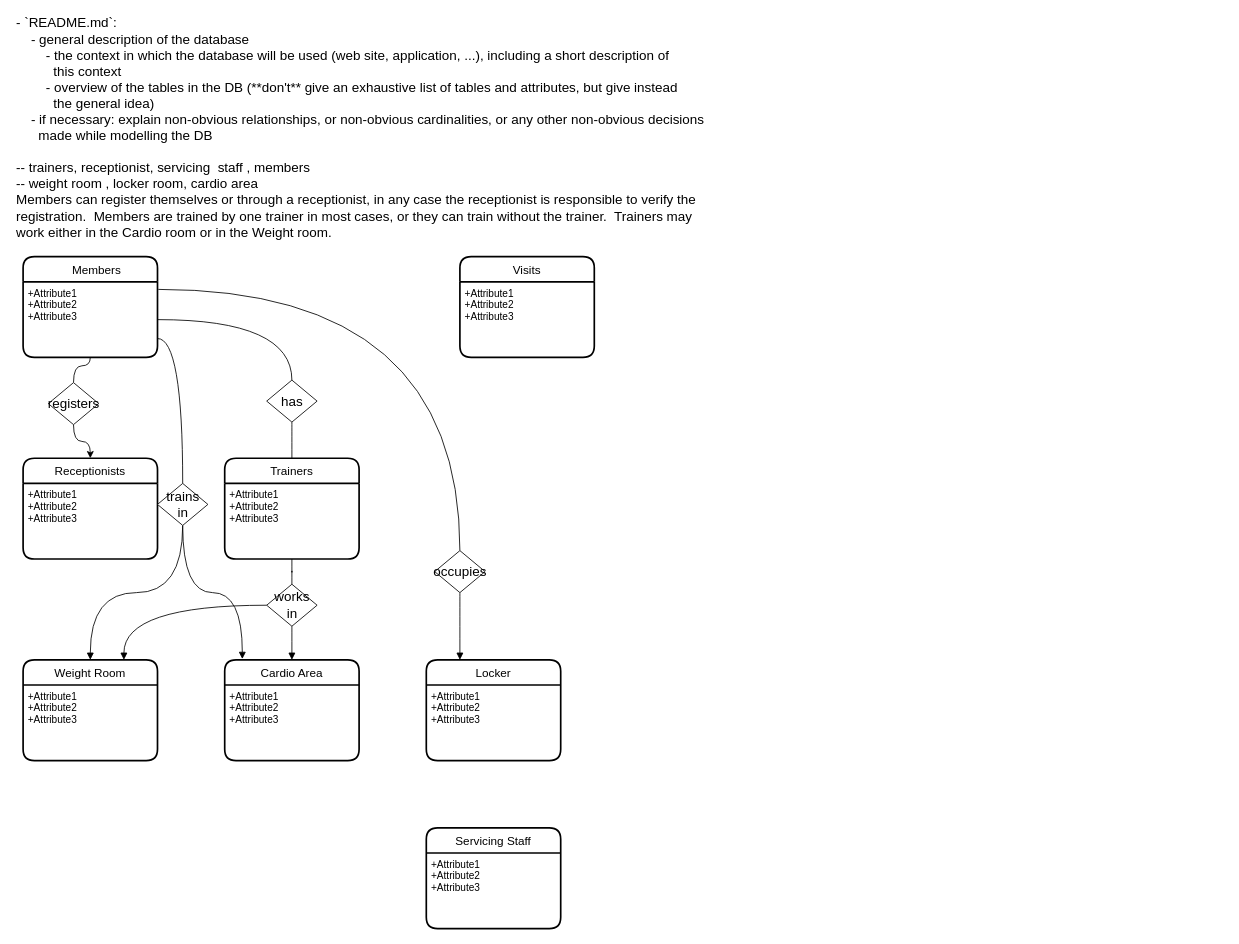
The draw.io diagram Gym.drawio in gituser514/Diagram, before the edit. Source tidied: cells renumbered, new cells numbered last; positions are measured from the earlier drawing's top-left corner, leaving out a move shared by most shapes. Both pictures are drawn from the tidied source at 84%, with x=0, y=0 at pixel (14, 59).
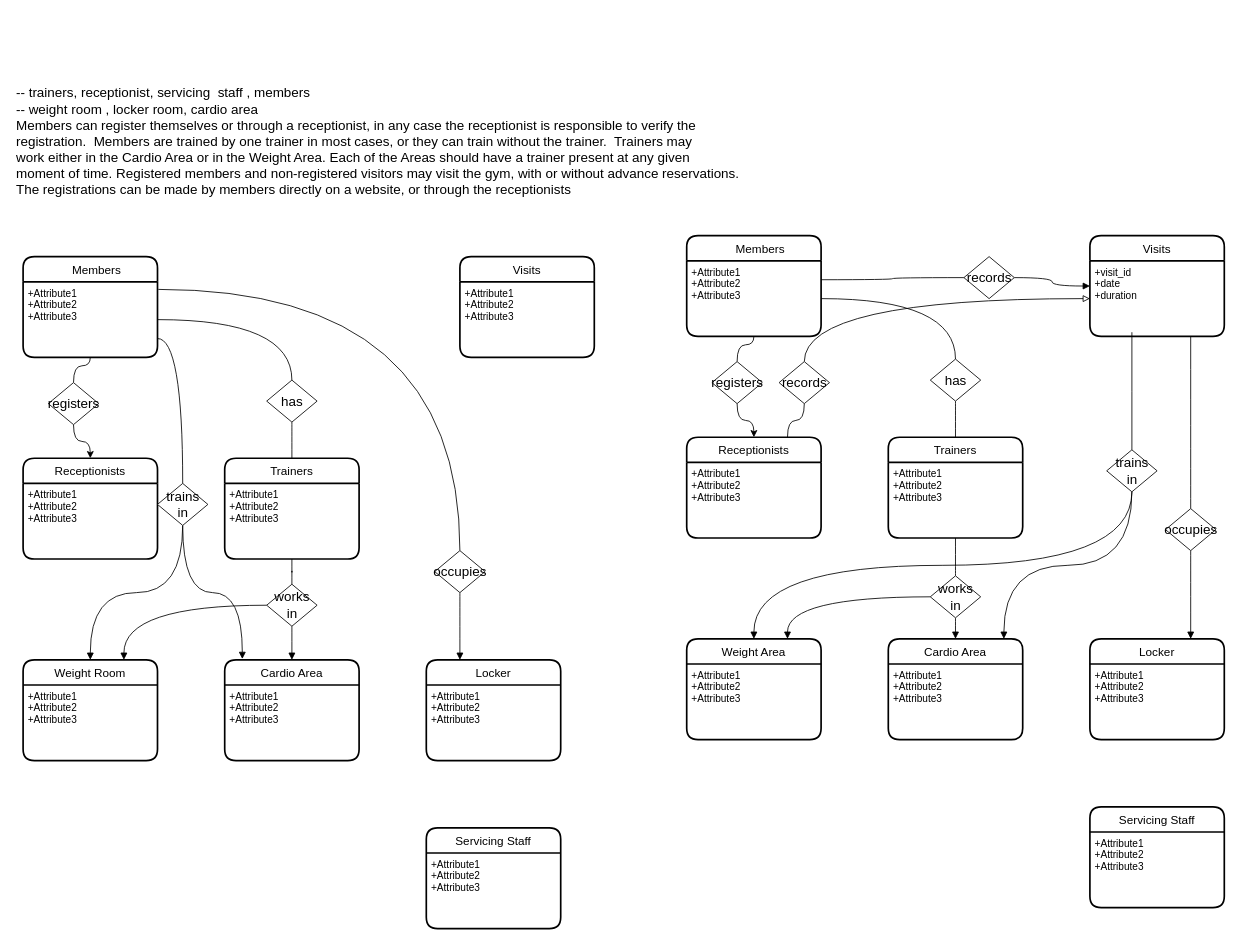
After the change.

What changed in the source:
```diff
@@
-    <mxCell id="10" value="&lt;font style=&quot;font-size: 16px&quot;&gt;- `README.md`:&lt;/font&gt;&lt;br&gt;&lt;div style=&quot;font-size: 16px&quot; align=&quot;left&quot;&gt;&lt;font style=&quot;font-size: 16px&quot;&gt;&amp;nbsp;&amp;nbsp;&amp;nbsp; - general description of the database&lt;br&gt;&amp;nbsp;&amp;nbsp;&amp;nbsp;&amp;nbsp;&amp;nbsp;&amp;nbsp;&amp;nbsp; - the context in which the database will be used (web site, application, ...), including a short description of&lt;br&gt;&amp;nbsp;&amp;nbsp;&amp;nbsp;&amp;nbsp;&amp;nbsp;&amp;nbsp;&amp;nbsp;&amp;nbsp;&amp;nbsp; this context&lt;br&gt;&amp;nbsp;&amp;nbsp;&amp;nbsp;&amp;nbsp;&amp;nbsp;&amp;nbsp;&amp;nbsp; - overview of the tables in the DB (**don't** give an exhaustive list of tables and attributes, but give instead&lt;br&gt;&amp;nbsp;&amp;nbsp;&amp;nbsp;&amp;nbsp;&amp;nbsp;&amp;nbsp;&amp;nbsp;&amp;nbsp;&amp;nbsp; the general idea)&lt;br&gt;&amp;nbsp;&amp;nbsp;&amp;nbsp; - if necessary: explain non-obvious relationships, or non-obvious cardinalities, or any other non-obvious decisions&lt;br&gt;&amp;nbsp;&amp;nbsp;&amp;nbsp;&amp;nbsp;&amp;nbsp; made while modelling the DB&lt;br&gt;&lt;/font&gt;&lt;/div&gt;&lt;div style=&quot;font-size: 16px&quot; align=&quot;left&quot;&gt;&lt;font style=&quot;font-size: 16px&quot;&gt;&lt;br&gt;&lt;/font&gt;&lt;/div&gt;&lt;div style=&quot;font-size: 16px&quot; align=&quot;left&quot;&gt;&lt;div style=&quot;font-size: 16px&quot; align=&quot;left&quot;&gt;&lt;font style=&quot;font-size: 16px&quot;&gt;-- trainers, receptionist, servicing&amp;nbsp; staff , members&lt;br style=&quot;font-size: 16px&quot;&gt;-- weight room , locker room, cardio area&lt;/font&gt;&lt;/div&gt;&lt;div style=&quot;font-size: 16px&quot; align=&quot;left&quot;&gt;&lt;font style=&quot;font-size: 16px&quot;&gt;Members can register themselves or through a receptionist, in any case the receptionist is responsible to verify the &lt;br&gt;registration.&amp;nbsp; Members are trained by one trainer in most cases, or they can train without the trainer.&amp;nbsp; Trainers may &lt;br&gt;work either in the Cardio room or in the Weight room. &lt;br&gt;&lt;/font&gt;&lt;/div&gt;&lt;div style=&quot;font-size: 16px&quot; align=&quot;left&quot;&gt;&lt;font style=&quot;font-size: 16px&quot;&gt;&lt;br&gt;&lt;/font&gt;&lt;/div&gt;&lt;div style=&quot;font-size: 16px&quot; align=&quot;left&quot;&gt;&lt;font style=&quot;font-size: 16px&quot;&gt;&lt;br&gt;&lt;/font&gt;&lt;/div&gt;&lt;/div&gt;&lt;div style=&quot;font-size: 16px&quot; align=&quot;left&quot;&gt;&lt;font style=&quot;font-size: 16px&quot;&gt;&lt;br&gt;&lt;/font&gt;&lt;/div&gt;" style="text;html=1;align=left;verticalAlign=middle;strokeColor=none;fillColor=none;" parent="1" vertex="1">
-      <mxGeometry width="750" height="220" as="geometry" />
+    <mxCell id="10" value="&lt;br&gt;&lt;div style=&quot;font-size: 16px&quot; align=&quot;left&quot;&gt;&lt;font style=&quot;font-size: 16px&quot;&gt;&lt;br&gt;&lt;/font&gt;&lt;/div&gt;&lt;div style=&quot;font-size: 16px&quot; align=&quot;left&quot;&gt;&lt;div style=&quot;font-size: 16px&quot; align=&quot;left&quot;&gt;&lt;font style=&quot;font-size: 16px&quot;&gt;-- trainers, receptionist, servicing&amp;nbsp; staff , members&lt;br style=&quot;font-size: 16px&quot;&gt;-- weight room , locker room, cardio area&lt;/font&gt;&lt;/div&gt;&lt;div style=&quot;font-size: 16px&quot; align=&quot;left&quot;&gt;&lt;font style=&quot;font-size: 16px&quot;&gt;Members can register themselves or through a receptionist, in any case the receptionist is responsible to verify the &lt;br&gt;registration.&amp;nbsp; Members are trained by one trainer in most cases, or they can train without the trainer.&amp;nbsp; Trainers may &lt;br&gt;work either in the Cardio Area or in the Weight Area. Each of the Areas should have a trainer present at any given &lt;br&gt;&lt;/font&gt;&lt;/div&gt;&lt;div style=&quot;font-size: 16px&quot; align=&quot;left&quot;&gt;&lt;font style=&quot;font-size: 16px&quot;&gt;moment of time. Registered members and non-registered visitors may visit the gym, with or without advance reservations. &lt;br&gt;&lt;/font&gt;&lt;/div&gt;&lt;div style=&quot;font-size: 16px&quot; align=&quot;left&quot;&gt;&lt;font style=&quot;font-size: 16px&quot;&gt;The registrations can be made by members directly on a website, or through the receptionists &lt;br&gt;&lt;/font&gt;&lt;/div&gt;&lt;div style=&quot;font-size: 16px&quot; align=&quot;left&quot;&gt;&lt;font style=&quot;font-size: 16px&quot;&gt;&lt;br&gt;&lt;/font&gt;&lt;/div&gt;&lt;div style=&quot;font-size: 16px&quot; align=&quot;left&quot;&gt;&lt;font style=&quot;font-size: 16px&quot;&gt;&lt;br&gt;&lt;/font&gt;&lt;/div&gt;&lt;/div&gt;&lt;div style=&quot;font-size: 16px&quot; align=&quot;left&quot;&gt;&lt;font style=&quot;font-size: 16px&quot;&gt;&lt;br&gt;&lt;/font&gt;&lt;/div&gt;" style="text;html=1;align=left;verticalAlign=middle;strokeColor=none;fillColor=none;" parent="1" vertex="1">
+      <mxGeometry y="30" width="790" height="160" as="geometry" />
     </mxCell>
@@
+    <mxCell id="36" value="    Members" style="swimlane;horizontal=1;startSize=30;rounded=1;fontSize=14;fontStyle=0;strokeWidth=2;shadow=0;dashed=0;align=center;" parent="1" vertex="1">
+      <mxGeometry x="800" y="210" width="160" height="120" as="geometry" />
+    </mxCell>
+    <mxCell id="37" value="+Attribute1&#10;+Attribute2&#10;+Attribute3" style="align=left;strokeColor=none;fillColor=none;spacingLeft=4;fontSize=12;verticalAlign=top;" parent="36" vertex="1">
+      <mxGeometry y="30" width="160" height="90" as="geometry" />
+    </mxCell>
+    <mxCell id="38" value="Receptionists " style="swimlane;horizontal=1;startSize=30;rounded=1;fontSize=14;fontStyle=0;strokeWidth=2;shadow=0;dashed=0;align=center;" parent="1" vertex="1">
+      <mxGeometry x="800" y="450" width="160" height="120" as="geometry" />
+    </mxCell>
+    <mxCell id="39" value="+Attribute1&#10;+Attribute2&#10;+Attribute3" style="align=left;strokeColor=none;fillColor=none;spacingLeft=4;fontSize=12;verticalAlign=top;" parent="38" vertex="1">
+      <mxGeometry y="30" width="160" height="90" as="geometry" />
+    </mxCell>
+    <mxCell id="40" value="Trainers" style="swimlane;horizontal=1;startSize=30;rounded=1;fontSize=14;fontStyle=0;strokeWidth=2;shadow=0;dashed=0;align=center;" parent="1" vertex="1">
+      <mxGeometry x="1040" y="450" width="160" height="120" as="geometry" />
+    </mxCell>
+    <mxCell id="41" value="+Attribute1&#10;+Attribute2&#10;+Attribute3" style="align=left;strokeColor=none;fillColor=none;spacingLeft=4;fontSize=12;verticalAlign=top;" parent="40" vertex="1">
+      <mxGeometry y="30" width="160" height="90" as="geometry" />
+    </mxCell>
+    <mxCell id="42" value="Servicing Staff" style="swimlane;horizontal=1;startSize=30;rounded=1;fontSize=14;fontStyle=0;strokeWidth=2;shadow=0;dashed=0;align=center;" parent="1" vertex="1">
+      <mxGeometry x="1280" y="890" width="160" height="120" as="geometry" />
+    </mxCell>
+    <mxCell id="43" value="+Attribute1&#10;+Attribute2&#10;+Attribute3" style="align=left;strokeColor=none;fillColor=none;spacingLeft=4;fontSize=12;verticalAlign=top;" parent="42" vertex="1">
+      <mxGeometry y="30" width="160" height="90" as="geometry" />
+    </mxCell>
+    <mxCell id="44" value="Cardio Area" style="swimlane;horizontal=1;startSize=30;rounded=1;fontSize=14;fontStyle=0;strokeWidth=2;shadow=0;dashed=0;align=center;" parent="1" vertex="1">
+      <mxGeometry x="1040" y="690" width="160" height="120" as="geometry" />
+    </mxCell>
+    <mxCell id="45" value="+Attribute1&#10;+Attribute2&#10;+Attribute3" style="align=left;strokeColor=none;fillColor=none;spacingLeft=4;fontSize=12;verticalAlign=top;" parent="44" vertex="1">
+      <mxGeometry y="30" width="160" height="90" as="geometry" />
+    </mxCell>
+    <mxCell id="46" value="Locker " style="swimlane;horizontal=1;startSize=30;rounded=1;fontSize=14;fontStyle=0;strokeWidth=2;shadow=0;dashed=0;align=center;" parent="1" vertex="1">
+      <mxGeometry x="1280" y="690" width="160" height="120" as="geometry" />
+    </mxCell>
+    <mxCell id="47" value="+Attribute1&#10;+Attribute2&#10;+Attribute3" style="align=left;strokeColor=none;fillColor=none;spacingLeft=4;fontSize=12;verticalAlign=top;" parent="46" vertex="1">
+      <mxGeometry y="30" width="160" height="90" as="geometry" />
+    </mxCell>
+    <mxCell id="48" value="Weight Area" style="swimlane;horizontal=1;startSize=30;rounded=1;fontSize=14;fontStyle=0;strokeWidth=2;shadow=0;dashed=0;align=center;" parent="1" vertex="1">
+      <mxGeometry x="800" y="690" width="160" height="120" as="geometry" />
+    </mxCell>
+    <mxCell id="49" value="+Attribute1&#10;+Attribute2&#10;+Attribute3" style="align=left;strokeColor=none;fillColor=none;spacingLeft=4;fontSize=12;verticalAlign=top;" parent="48" vertex="1">
+      <mxGeometry y="30" width="160" height="90" as="geometry" />
+    </mxCell>
+    <mxCell id="50" style="edgeStyle=orthogonalEdgeStyle;rounded=0;jettySize=auto;html=1;fontSize=16;endArrow=none;endFill=0;curved=1;" parent="1" edge="1" source="52" target="37">
+      <mxGeometry relative="1" as="geometry" />
+    </mxCell>
+    <mxCell id="51" style="edgeStyle=orthogonalEdgeStyle;rounded=0;jettySize=auto;html=1;fontSize=16;curved=1;" parent="1" edge="1" source="52" target="38">
+      <mxGeometry relative="1" as="geometry" />
+    </mxCell>
+    <mxCell id="52" value="registers" style="shape=rhombus;html=1;dashed=0;whitespace=wrap;perimeter=rhombusPerimeter;fontSize=16;" parent="1" vertex="1">
+      <mxGeometry x="830" y="360" width="60" height="50" as="geometry" />
+    </mxCell>
+    <mxCell id="53" style="edgeStyle=orthogonalEdgeStyle;rounded=0;jettySize=auto;html=1;entryX=1;entryY=0.5;entryDx=0;entryDy=0;fontSize=16;endArrow=none;endFill=0;curved=1;exitX=0.5;exitY=0;exitDx=0;exitDy=0;" parent="1" edge="1" source="55" target="37">
+      <mxGeometry relative="1" as="geometry" />
+    </mxCell>
+    <mxCell id="54" style="edgeStyle=orthogonalEdgeStyle;rounded=0;jettySize=auto;html=1;fontSize=16;endArrow=none;endFill=0;curved=1;" parent="1" edge="1" source="55" target="40">
+      <mxGeometry relative="1" as="geometry" />
+    </mxCell>
+    <mxCell id="55" value="has" style="shape=rhombus;html=1;dashed=0;whitespace=wrap;perimeter=rhombusPerimeter;fontSize=16;" parent="1" vertex="1">
+      <mxGeometry x="1090" y="357" width="60" height="50" as="geometry" />
+    </mxCell>
+    <mxCell id="56" style="edgeStyle=orthogonalEdgeStyle;curved=1;rounded=0;jettySize=auto;html=1;entryX=0.5;entryY=1;entryDx=0;entryDy=0;fontSize=16;startArrow=none;startFill=0;endArrow=none;endFill=0;" parent="1" edge="1" source="58" target="41">
+      <mxGeometry relative="1" as="geometry" />
+    </mxCell>
+    <mxCell id="57" style="edgeStyle=orthogonalEdgeStyle;curved=1;rounded=0;jettySize=auto;html=1;exitX=0.5;exitY=1;exitDx=0;exitDy=0;entryX=0.5;entryY=0;entryDx=0;entryDy=0;fontSize=16;startArrow=none;startFill=0;endArrow=block;endFill=1;" parent="1" edge="1" source="58" target="44">
+      <mxGeometry relative="1" as="geometry" />
+    </mxCell>
+    <mxCell id="58" value="&lt;div&gt;works &lt;br&gt;&lt;/div&gt;&lt;div&gt;in&lt;/div&gt;" style="shape=rhombus;html=1;dashed=0;whitespace=wrap;perimeter=rhombusPerimeter;fontSize=16;" parent="1" vertex="1">
+      <mxGeometry x="1090" y="615" width="60" height="50" as="geometry" />
+    </mxCell>
+    <mxCell id="59" style="edgeStyle=orthogonalEdgeStyle;curved=1;rounded=0;jettySize=auto;html=1;fontSize=16;startArrow=none;startFill=0;endArrow=block;endFill=1;entryX=0.75;entryY=0;entryDx=0;entryDy=0;exitX=0;exitY=0.5;exitDx=0;exitDy=0;" parent="1" edge="1" source="58" target="48">
+      <mxGeometry relative="1" as="geometry" />
+    </mxCell>
+    <mxCell id="60" style="edgeStyle=orthogonalEdgeStyle;curved=1;rounded=0;jettySize=auto;html=1;entryX=1;entryY=0.25;entryDx=0;entryDy=0;fontSize=16;startArrow=none;startFill=0;endArrow=none;endFill=0;" parent="1" edge="1" source="62" target="37">
+      <mxGeometry relative="1" as="geometry" />
+    </mxCell>
+    <mxCell id="61" style="edgeStyle=orthogonalEdgeStyle;curved=1;rounded=0;jettySize=auto;html=1;entryX=0;entryY=0.5;entryDx=0;entryDy=0;fontSize=16;startArrow=none;startFill=0;endArrow=block;endFill=1;exitX=1;exitY=0.5;exitDx=0;exitDy=0;" parent="1" edge="1" source="62" target="63">
+      <mxGeometry relative="1" as="geometry" />
+    </mxCell>
+    <mxCell id="62" value="records" style="shape=rhombus;html=1;dashed=0;whitespace=wrap;perimeter=rhombusPerimeter;fontSize=16;" parent="1" vertex="1">
+      <mxGeometry x="1130" y="235" width="60" height="50" as="geometry" />
+    </mxCell>
+    <mxCell id="63" value="Visits" style="swimlane;horizontal=1;startSize=30;rounded=1;fontSize=14;fontStyle=0;strokeWidth=2;shadow=0;dashed=0;align=center;" parent="1" vertex="1">
+      <mxGeometry x="1280" y="210" width="160" height="120" as="geometry" />
+    </mxCell>
+    <mxCell id="64" value="+visit_id&#10;+date&#10;+duration" style="align=left;strokeColor=none;fillColor=none;spacingLeft=4;fontSize=12;verticalAlign=top;" parent="63" vertex="1">
+      <mxGeometry y="30" width="160" height="90" as="geometry" />
+    </mxCell>
+    <mxCell id="65" style="edgeStyle=orthogonalEdgeStyle;curved=1;rounded=0;jettySize=auto;html=1;fontSize=16;startArrow=none;startFill=0;endArrow=block;endFill=1;entryX=0.75;entryY=0;entryDx=0;entryDy=0;" parent="1" edge="1" source="67" target="46">
+      <mxGeometry relative="1" as="geometry" />
+    </mxCell>
+    <mxCell id="66" style="edgeStyle=orthogonalEdgeStyle;curved=1;rounded=0;jettySize=auto;html=1;entryX=0.75;entryY=1;entryDx=0;entryDy=0;fontSize=16;startArrow=none;startFill=0;endArrow=none;endFill=0;exitX=0.5;exitY=0;exitDx=0;exitDy=0;" parent="1" edge="1" source="67" target="64">
+      <mxGeometry relative="1" as="geometry">
+        <Array as="points">
+          <mxPoint x="1400" y="495" />
+          <mxPoint x="1400" y="495" />
+        </Array>
+      </mxGeometry>
+    </mxCell>
+    <mxCell id="67" value="occupies " style="shape=rhombus;html=1;dashed=0;whitespace=wrap;perimeter=rhombusPerimeter;fontSize=16;" parent="1" vertex="1">
+      <mxGeometry x="1370" y="535" width="60" height="50" as="geometry" />
+    </mxCell>
+    <mxCell id="68" style="edgeStyle=orthogonalEdgeStyle;curved=1;rounded=0;jettySize=auto;html=1;fontSize=16;startArrow=none;startFill=0;endArrow=none;endFill=0;" parent="1" edge="1" source="71">
+      <mxGeometry relative="1" as="geometry">
+        <mxPoint x="1330" y="325" as="targetPoint" />
+      </mxGeometry>
+    </mxCell>
+    <mxCell id="69" style="edgeStyle=orthogonalEdgeStyle;curved=1;rounded=0;jettySize=auto;html=1;fontSize=16;startArrow=none;startFill=0;endArrow=block;endFill=1;exitX=0.5;exitY=1;exitDx=0;exitDy=0;" parent="1" edge="1" source="71" target="48">
+      <mxGeometry relative="1" as="geometry" />
+    </mxCell>
+    <mxCell id="70" style="edgeStyle=orthogonalEdgeStyle;curved=1;rounded=0;jettySize=auto;html=1;entryX=0.86;entryY=0;entryDx=0;entryDy=0;fontSize=16;startArrow=none;startFill=0;endArrow=block;endFill=1;exitX=0.5;exitY=1;exitDx=0;exitDy=0;entryPerimeter=0;" parent="1" edge="1" source="71" target="44">
+      <mxGeometry relative="1" as="geometry" />
+    </mxCell>
+    <mxCell id="71" value="&lt;div&gt;trains &lt;br&gt;&lt;/div&gt;&lt;div&gt;in&lt;/div&gt;" style="shape=rhombus;html=1;dashed=0;whitespace=wrap;perimeter=rhombusPerimeter;fontSize=16;" parent="1" vertex="1">
+      <mxGeometry x="1300" y="465" width="60" height="50" as="geometry" />
+    </mxCell>
+    <mxCell id="72" style="edgeStyle=orthogonalEdgeStyle;curved=1;rounded=0;jettySize=auto;html=1;fontSize=16;startArrow=none;startFill=0;endArrow=none;endFill=0;entryX=0.75;entryY=0;entryDx=0;entryDy=0;" parent="1" edge="1" source="74" target="38">
+      <mxGeometry relative="1" as="geometry" />
+    </mxCell>
+    <mxCell id="73" style="edgeStyle=orthogonalEdgeStyle;curved=1;rounded=0;jettySize=auto;html=1;fontSize=16;startArrow=none;startFill=0;endArrow=block;endFill=0;entryX=0;entryY=0.5;entryDx=0;entryDy=0;exitX=0.5;exitY=0;exitDx=0;exitDy=0;" parent="1" edge="1" source="74" target="64">
+      <mxGeometry relative="1" as="geometry" />
+    </mxCell>
+    <mxCell id="74" value="records" style="shape=rhombus;html=1;dashed=0;whitespace=wrap;perimeter=rhombusPerimeter;fontSize=16;" parent="1" vertex="1">
+      <mxGeometry x="910" y="360" width="60" height="50" as="geometry" />
+    </mxCell>
```
